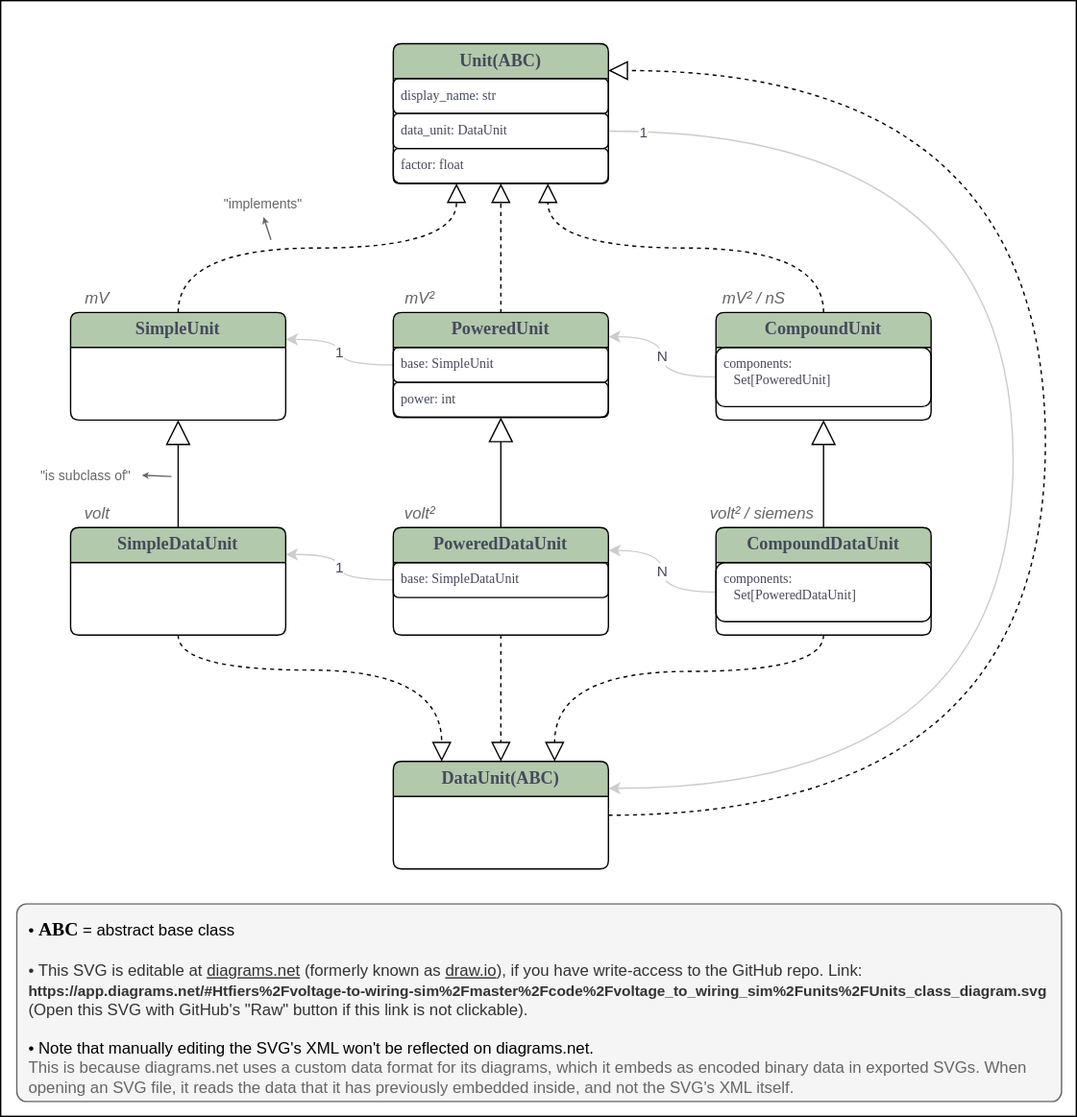
tfiers/phd keeps this draw.io diagram as code/voltage_to_wiring_sim/units/Units_class_diagram.svg. Above is the earlier version. Source tidied: cells renumbered, new cells last; positions are measured from the earlier drawing's top-left corner, leaving out a move shared by most shapes.
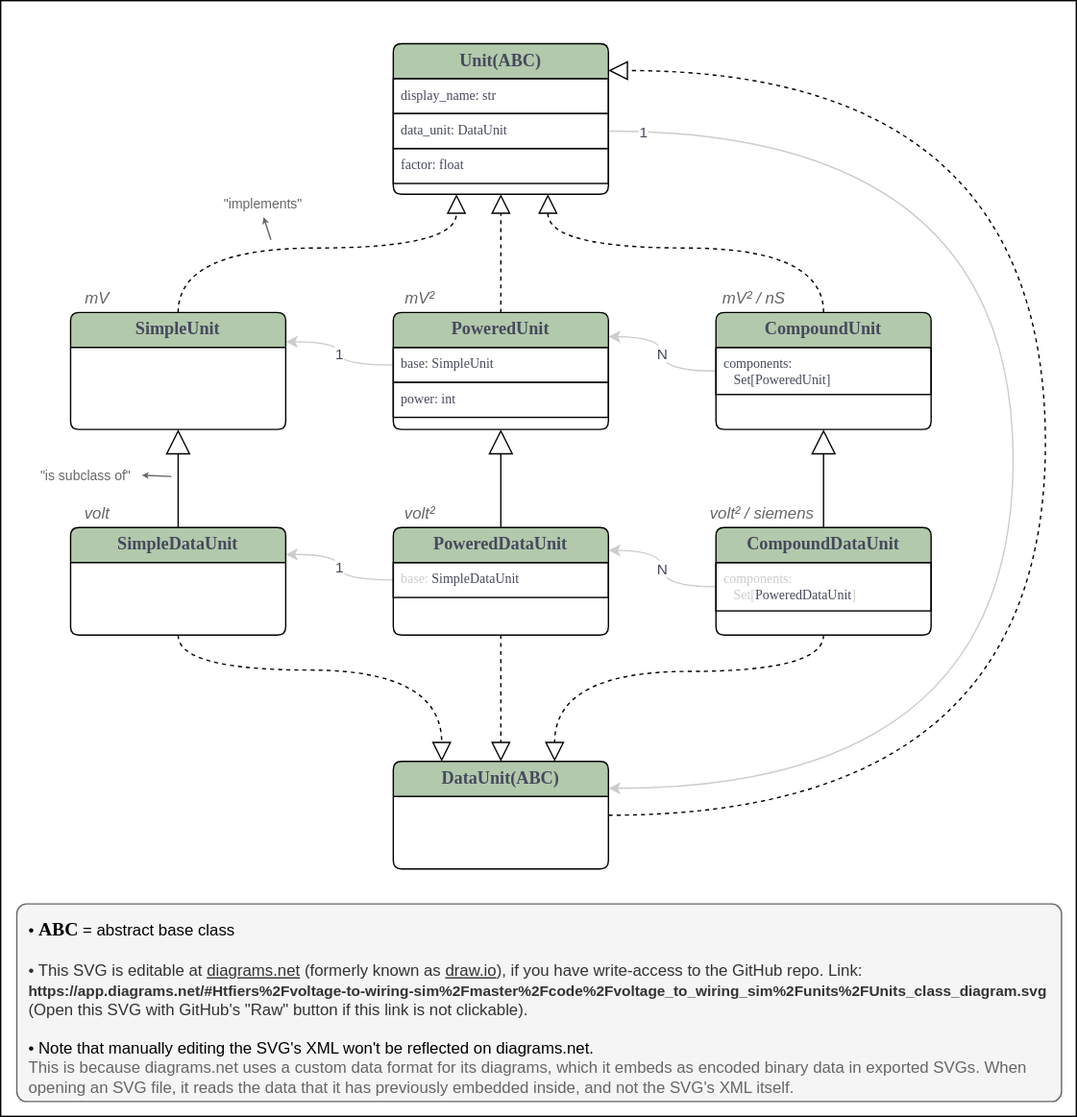
The same diagram one commit later.

Commit message:
Units_class_diagram attr styling (straight divs & grey)

What changed in the source:
```diff
@@ -19,11 +19,11 @@
     <mxCell id="5" style="endArrow=block;endFill=0;endSize=12;html=1;fontColor=#46495D;exitX=0.5;exitY=0;exitDx=0;exitDy=0;edgeStyle=orthogonalEdgeStyle;curved=1;dashed=1;" parent="1" edge="1" source="35" target="31">
       <mxGeometry relative="1" as="geometry" />
     </mxCell>
-    <mxCell id="6" value="N" style="endArrow=none;html=1;rounded=1;fontColor=#46495D;startArrow=classic;startFill=1;entryX=0;entryY=0.5;entryDx=0;entryDy=0;edgeStyle=orthogonalEdgeStyle;curved=1;strokeColor=#CCCCCC;" parent="1" edge="1" source="35" target="44">
+    <mxCell id="6" value="N" style="endArrow=none;html=1;rounded=1;fontColor=#46495D;startArrow=classic;startFill=1;edgeStyle=orthogonalEdgeStyle;curved=1;strokeColor=#CCCCCC;entryX=0;entryY=0.5;entryDx=0;entryDy=0;" parent="1" edge="1" source="35" target="44">
       <mxGeometry relative="1" as="geometry">
         <Array as="points">
           <mxPoint x="492" y="250" />
-          <mxPoint x="492" y="280" />
+          <mxPoint x="492" y="276" />
         </Array>
       </mxGeometry>
     </mxCell>
@@ -41,11 +41,11 @@
     <mxCell id="9" style="endArrow=block;endSize=16;endFill=0;html=1;fontColor=#46495D;curved=1;" parent="1" edge="1" source="38" target="35">
       <mxGeometry relative="1" as="geometry" />
     </mxCell>
-    <mxCell id="10" value="N" style="endArrow=none;html=1;rounded=1;fontColor=#46495D;startArrow=classic;startFill=1;entryX=0;entryY=0.5;entryDx=0;entryDy=0;edgeStyle=orthogonalEdgeStyle;curved=1;strokeColor=#CCCCCC;" parent="1" edge="1" source="38" target="42">
+    <mxCell id="10" value="N" style="endArrow=none;html=1;rounded=1;fontColor=#46495D;startArrow=classic;startFill=1;edgeStyle=orthogonalEdgeStyle;curved=1;strokeColor=#CCCCCC;entryX=0;entryY=0.5;entryDx=0;entryDy=0;" parent="1" edge="1" source="38" target="42">
       <mxGeometry relative="1" as="geometry">
         <Array as="points">
           <mxPoint x="492" y="409" />
-          <mxPoint x="492" y="440" />
+          <mxPoint x="492" y="436" />
         </Array>
       </mxGeometry>
     </mxCell>
@@ -133,33 +133,33 @@
       <mxGeometry relative="1" as="geometry" />
     </mxCell>
     <mxCell id="30" value="SimpleUnit" style="swimlane;fontStyle=1;align=center;verticalAlign=top;horizontal=1;startSize=26;shadow=0;strokeWidth=1;spacing=0;fillColor=#B2C9AB;strokeColor=#000000;fontColor=#46495D;rounded=1;arcSize=8;spacingTop=0;fontFamily=Lucida Console;fontSize=13;" parent="1" vertex="1">
-      <mxGeometry x="52" y="232" width="160" height="80" as="geometry" />
+      <mxGeometry x="52" y="232" width="160" height="87" as="geometry" />
     </mxCell>
     <mxCell id="31" value="Unit(ABC)" style="swimlane;fontStyle=1;align=center;verticalAlign=top;horizontal=1;startSize=26;shadow=0;strokeWidth=1;spacing=0;fillColor=#B2C9AB;strokeColor=#000000;fontColor=#46495D;rounded=1;arcSize=8;spacingTop=0;fontFamily=Lucida Console;fontSize=13;" parent="1" vertex="1">
-      <mxGeometry x="292" y="32" width="160" height="104" as="geometry" />
+      <mxGeometry x="292" y="32" width="160" height="112" as="geometry" />
     </mxCell>
-    <mxCell id="32" value="display_name: str" style="text;fillColor=none;align=left;verticalAlign=top;spacingLeft=4;spacingRight=4;overflow=hidden;fontColor=#46495D;rounded=1;fontFamily=Lucida Console;strokeColor=#000000;fontSize=10;" parent="31" vertex="1">
+    <mxCell id="32" value="display_name: str" style="text;fillColor=none;align=left;verticalAlign=top;spacingLeft=4;spacingRight=4;overflow=hidden;fontColor=#46495D;rounded=0;fontFamily=Lucida Console;strokeColor=#000000;fontSize=10;horizontal=1;" parent="31" vertex="1">
       <mxGeometry y="26" width="160" height="26" as="geometry" />
     </mxCell>
-    <mxCell id="33" value="data_unit: DataUnit" style="text;fillColor=none;align=left;verticalAlign=top;spacingLeft=4;spacingRight=4;overflow=hidden;points=[[0,0.5],[1,0.5]];portConstraint=eastwest;fontColor=#46495D;rounded=1;fontFamily=Lucida Console;strokeColor=#000000;fontSize=10;" parent="31" vertex="1">
+    <mxCell id="33" value="data_unit: DataUnit" style="text;fillColor=none;align=left;verticalAlign=top;spacingLeft=4;spacingRight=4;overflow=hidden;points=[[0,0.5],[1,0.5]];portConstraint=eastwest;fontColor=#46495D;rounded=0;fontFamily=Lucida Console;strokeColor=#000000;fontSize=10;" parent="31" vertex="1">
       <mxGeometry y="52" width="160" height="26" as="geometry" />
     </mxCell>
-    <mxCell id="34" value="factor: float" style="text;fillColor=none;align=left;verticalAlign=top;spacingLeft=4;spacingRight=4;overflow=hidden;fontColor=#46495D;rounded=1;fontFamily=Lucida Console;strokeColor=#000000;fontSize=10;" parent="31" vertex="1">
+    <mxCell id="34" value="factor: float" style="text;fillColor=none;align=left;verticalAlign=top;spacingLeft=4;spacingRight=4;overflow=hidden;fontColor=#46495D;rounded=0;fontFamily=Lucida Console;fontSize=10;strokeColor=#000000;" parent="31" vertex="1">
       <mxGeometry y="78" width="160" height="26" as="geometry" />
     </mxCell>
     <mxCell id="35" value="PoweredUnit" style="swimlane;fontStyle=1;align=center;verticalAlign=top;horizontal=1;startSize=26;shadow=0;strokeWidth=1;spacing=0;fillColor=#B2C9AB;strokeColor=#000000;fontColor=#46495D;rounded=1;arcSize=8;spacingTop=0;fontFamily=Lucida Console;fontSize=13;" parent="1" vertex="1">
-      <mxGeometry x="292" y="232" width="160" height="78" as="geometry" />
+      <mxGeometry x="292" y="232" width="160" height="87" as="geometry" />
     </mxCell>
-    <mxCell id="36" value="base: SimpleUnit" style="text;fillColor=none;align=left;verticalAlign=top;spacingLeft=4;spacingRight=4;overflow=hidden;points=[[0,0.5],[1,0.5]];portConstraint=eastwest;fontColor=#46495D;rounded=1;fontFamily=Lucida Console;strokeColor=#000000;fontSize=10;" parent="35" vertex="1">
+    <mxCell id="36" value="base: SimpleUnit" style="text;fillColor=none;align=left;verticalAlign=top;spacingLeft=4;spacingRight=4;overflow=hidden;points=[[0,0.5],[1,0.5]];portConstraint=eastwest;fontColor=#46495D;rounded=0;fontFamily=Lucida Console;strokeColor=#000000;fontSize=10;" parent="35" vertex="1">
       <mxGeometry y="26" width="160" height="26" as="geometry" />
     </mxCell>
-    <mxCell id="37" value="power: int" style="text;fillColor=none;align=left;verticalAlign=top;spacingLeft=4;spacingRight=4;overflow=hidden;rounded=1;fontSize=10;fontColor=#46495D;fontFamily=Lucida Console;strokeColor=#000000;" parent="35" vertex="1">
+    <mxCell id="37" value="power: int" style="text;fillColor=none;align=left;verticalAlign=top;spacingLeft=4;spacingRight=4;overflow=hidden;rounded=0;fontSize=10;fontColor=#46495D;fontFamily=Lucida Console;strokeColor=#000000;" parent="35" vertex="1">
       <mxGeometry y="52" width="160" height="26" as="geometry" />
     </mxCell>
     <mxCell id="38" value="PoweredDataUnit" style="swimlane;fontStyle=1;align=center;verticalAlign=top;horizontal=1;startSize=26;shadow=0;strokeWidth=1;spacing=0;fillColor=#B2C9AB;strokeColor=#000000;fontColor=#46495D;rounded=1;arcSize=8;spacingTop=0;fontFamily=Lucida Console;fontSize=13;" parent="1" vertex="1">
       <mxGeometry x="292" y="392" width="160" height="80" as="geometry" />
     </mxCell>
-    <mxCell id="39" value="base: SimpleDataUnit" style="text;fillColor=none;align=left;verticalAlign=top;spacingLeft=4;spacingRight=4;overflow=hidden;points=[[0,0.5],[1,0.5]];portConstraint=eastwest;rounded=1;fontFamily=Lucida Console;fontColor=#46495D;strokeColor=#000000;fontSize=10;" parent="38" vertex="1">
+    <mxCell id="39" value="&lt;font color=&quot;#cccccc&quot;&gt;base:&lt;/font&gt; SimpleDataUnit" style="text;fillColor=none;align=left;verticalAlign=top;spacingLeft=4;spacingRight=4;overflow=hidden;points=[[0,0.5],[1,0.5]];portConstraint=eastwest;rounded=0;fontFamily=Lucida Console;fontColor=#46495D;strokeColor=#000000;fontSize=10;html=1;" parent="38" vertex="1">
       <mxGeometry y="26" width="160" height="26" as="geometry" />
     </mxCell>
     <mxCell id="40" value="SimpleDataUnit" style="swimlane;fontStyle=1;align=center;verticalAlign=top;horizontal=1;startSize=26;shadow=0;strokeWidth=1;spacing=0;fillColor=#B2C9AB;strokeColor=#000000;fontColor=#46495D;rounded=1;arcSize=8;spacingTop=0;fontFamily=Lucida Console;fontSize=13;" parent="1" vertex="1">
@@ -168,14 +168,14 @@
     <mxCell id="41" value="CompoundDataUnit" style="swimlane;fontStyle=1;align=center;verticalAlign=top;horizontal=1;startSize=26;shadow=0;strokeWidth=1;spacing=0;fillColor=#B2C9AB;strokeColor=#000000;fontColor=#46495D;rounded=1;arcSize=8;spacingTop=0;fontFamily=Lucida Console;fontSize=13;" parent="1" vertex="1">
       <mxGeometry x="532" y="392" width="160" height="80" as="geometry" />
     </mxCell>
-    <mxCell id="42" value="components:&#10;   Set[PoweredDataUnit]" style="text;fillColor=none;align=left;verticalAlign=top;spacingLeft=4;spacingRight=4;overflow=hidden;points=[[0,0.5],[1,0.5]];portConstraint=eastwest;rounded=1;fontColor=#46495D;fontSize=10;fontFamily=Lucida Console;strokeColor=#000000;" parent="41" vertex="1">
-      <mxGeometry y="26" width="160" height="44" as="geometry" />
+    <mxCell id="42" value="components:&lt;br&gt;&amp;nbsp; &amp;nbsp;Set[&lt;font color=&quot;#46495d&quot;&gt;PoweredDataUnit&lt;/font&gt;]" style="text;fillColor=none;align=left;verticalAlign=top;spacingLeft=4;spacingRight=4;overflow=hidden;points=[[0,0.5],[1,0.5]];portConstraint=eastwest;rounded=0;fontSize=10;fontFamily=Lucida Console;strokeColor=#000000;fontColor=#CCCCCC;html=1;" parent="41" vertex="1">
+      <mxGeometry y="26" width="160" height="36" as="geometry" />
     </mxCell>
     <mxCell id="43" value="CompoundUnit" style="swimlane;fontStyle=1;align=center;verticalAlign=top;horizontal=1;startSize=26;shadow=0;strokeWidth=1;spacing=0;fillColor=#B2C9AB;strokeColor=#000000;fontColor=#46495D;rounded=1;arcSize=8;spacingTop=0;fontFamily=Lucida Console;fontSize=13;" parent="1" vertex="1">
-      <mxGeometry x="532" y="232" width="160" height="80" as="geometry" />
+      <mxGeometry x="532" y="232" width="160" height="87" as="geometry" />
     </mxCell>
-    <mxCell id="44" value="components:&#10;   Set[PoweredUnit]" style="text;fillColor=none;align=left;verticalAlign=top;spacingLeft=4;spacingRight=4;overflow=hidden;points=[[0,0.5],[1,0.5]];portConstraint=eastwest;rounded=1;fontColor=#46495D;fontFamily=Lucida Console;strokeColor=#000000;fontSize=10;" parent="43" vertex="1">
-      <mxGeometry y="26" width="160" height="44" as="geometry" />
+    <mxCell id="44" value="components:&#10;   Set[PoweredUnit]" style="text;fillColor=none;align=left;verticalAlign=top;spacingLeft=4;spacingRight=4;overflow=hidden;points=[[0,0.5],[1,0.5]];portConstraint=eastwest;rounded=0;fontColor=#46495D;fontFamily=Lucida Console;strokeColor=#000000;fontSize=10;" parent="43" vertex="1">
+      <mxGeometry y="26" width="160" height="35" as="geometry" />
     </mxCell>
     <mxCell id="45" value="DataUnit(ABC)" style="swimlane;fontStyle=1;align=center;verticalAlign=top;horizontal=1;startSize=26;shadow=0;strokeWidth=1;spacing=0;fillColor=#B2C9AB;fontColor=#46495D;rounded=1;arcSize=8;spacingTop=0;fontFamily=Lucida Console;fontSize=13;" parent="1" vertex="1">
       <mxGeometry x="292" y="566" width="160" height="80" as="geometry" />
```
